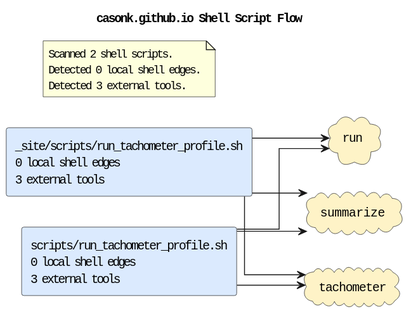
Above: docs/diagrams/shell-call-graph.puml.svg in casonk/casonk.github.io (PlantUML), before the change. Its diagram source:
```plantuml
@startuml
title casonk.github.io Shell Script Flow
left to right direction
skinparam shadowing false
skinparam defaultFontName Monospace
skinparam componentStyle rectangle
skinparam linetype ortho
rectangle "_site/scripts/run_tachometer_profile.sh\n0 local shell edges\n3 external tools" as shell_site_scripts_run_tachometer_profile_sh #DBEAFE
rectangle "scripts/run_tachometer_profile.sh\n0 local shell edges\n3 external tools" as shell_scripts_run_tachometer_profile_sh #DBEAFE
cloud "run" as tool_run #FEF3C7
cloud "summarize" as tool_summarize #FEF3C7
cloud "tachometer" as tool_tachometer #FEF3C7
shell_scripts_run_tachometer_profile_sh --> tool_run
shell_scripts_run_tachometer_profile_sh --> tool_summarize
shell_scripts_run_tachometer_profile_sh --> tool_tachometer
shell_site_scripts_run_tachometer_profile_sh --> tool_run
shell_site_scripts_run_tachometer_profile_sh --> tool_summarize
shell_site_scripts_run_tachometer_profile_sh --> tool_tachometer
note as shellGraphSummary
Scanned 2 shell scripts.
Detected 0 local shell edges.
Detected 3 external tools.
end note
@enduml
```
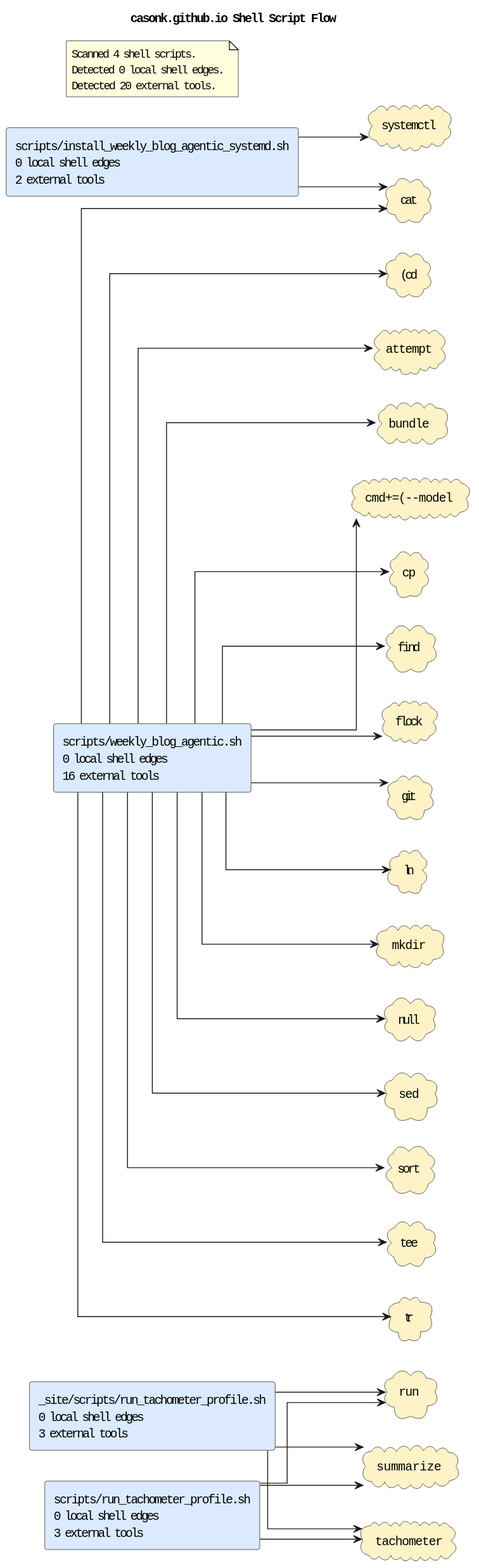
After the commit.

The edit, as a diff of the source:
```diff
@@ -6,19 +6,56 @@
 skinparam componentStyle rectangle
 skinparam linetype ortho
 rectangle "_site/scripts/run_tachometer_profile.sh\n0 local shell edges\n3 external tools" as shell_site_scripts_run_tachometer_profile_sh #DBEAFE
+rectangle "scripts/install_weekly_blog_agentic_systemd.sh\n0 local shell edges\n2 external tools" as shell_scripts_install_weekly_blog_agentic_systemd_sh #DBEAFE
 rectangle "scripts/run_tachometer_profile.sh\n0 local shell edges\n3 external tools" as shell_scripts_run_tachometer_profile_sh #DBEAFE
+rectangle "scripts/weekly_blog_agentic.sh\n0 local shell edges\n16 external tools" as shell_scripts_weekly_blog_agentic_sh #DBEAFE
+cloud "(cd" as tool_cd #FEF3C7
+cloud "attempt" as tool_attempt #FEF3C7
+cloud "bundle" as tool_bundle #FEF3C7
+cloud "cat" as tool_cat #FEF3C7
+cloud "cmd+=(--model" as tool_cmd_model #FEF3C7
+cloud "cp" as tool_cp #FEF3C7
+cloud "find" as tool_find #FEF3C7
+cloud "flock" as tool_flock #FEF3C7
+cloud "git" as tool_git #FEF3C7
+cloud "ln" as tool_ln #FEF3C7
+cloud "mkdir" as tool_mkdir #FEF3C7
+cloud "null" as tool_null #FEF3C7
 cloud "run" as tool_run #FEF3C7
+cloud "sed" as tool_sed #FEF3C7
+cloud "sort" as tool_sort #FEF3C7
 cloud "summarize" as tool_summarize #FEF3C7
+cloud "systemctl" as tool_systemctl #FEF3C7
 cloud "tachometer" as tool_tachometer #FEF3C7
+cloud "tee" as tool_tee #FEF3C7
+cloud "tr" as tool_tr #FEF3C7
+shell_scripts_install_weekly_blog_agentic_systemd_sh --> tool_cat
+shell_scripts_install_weekly_blog_agentic_systemd_sh --> tool_systemctl
 shell_scripts_run_tachometer_profile_sh --> tool_run
 shell_scripts_run_tachometer_profile_sh --> tool_summarize
 shell_scripts_run_tachometer_profile_sh --> tool_tachometer
+shell_scripts_weekly_blog_agentic_sh --> tool_cd
+shell_scripts_weekly_blog_agentic_sh --> tool_attempt
+shell_scripts_weekly_blog_agentic_sh --> tool_bundle
+shell_scripts_weekly_blog_agentic_sh --> tool_cat
+shell_scripts_weekly_blog_agentic_sh --> tool_cmd_model
+shell_scripts_weekly_blog_agentic_sh --> tool_cp
+shell_scripts_weekly_blog_agentic_sh --> tool_find
+shell_scripts_weekly_blog_agentic_sh --> tool_flock
+shell_scripts_weekly_blog_agentic_sh --> tool_git
+shell_scripts_weekly_blog_agentic_sh --> tool_ln
+shell_scripts_weekly_blog_agentic_sh --> tool_mkdir
+shell_scripts_weekly_blog_agentic_sh --> tool_null
+shell_scripts_weekly_blog_agentic_sh --> tool_sed
+shell_scripts_weekly_blog_agentic_sh --> tool_sort
+shell_scripts_weekly_blog_agentic_sh --> tool_tee
+shell_scripts_weekly_blog_agentic_sh --> tool_tr
 shell_site_scripts_run_tachometer_profile_sh --> tool_run
 shell_site_scripts_run_tachometer_profile_sh --> tool_summarize
 shell_site_scripts_run_tachometer_profile_sh --> tool_tachometer
 note as shellGraphSummary
-Scanned 2 shell scripts.
+Scanned 4 shell scripts.
 Detected 0 local shell edges.
-Detected 3 external tools.
+Detected 20 external tools.
 end note
 @enduml
```
